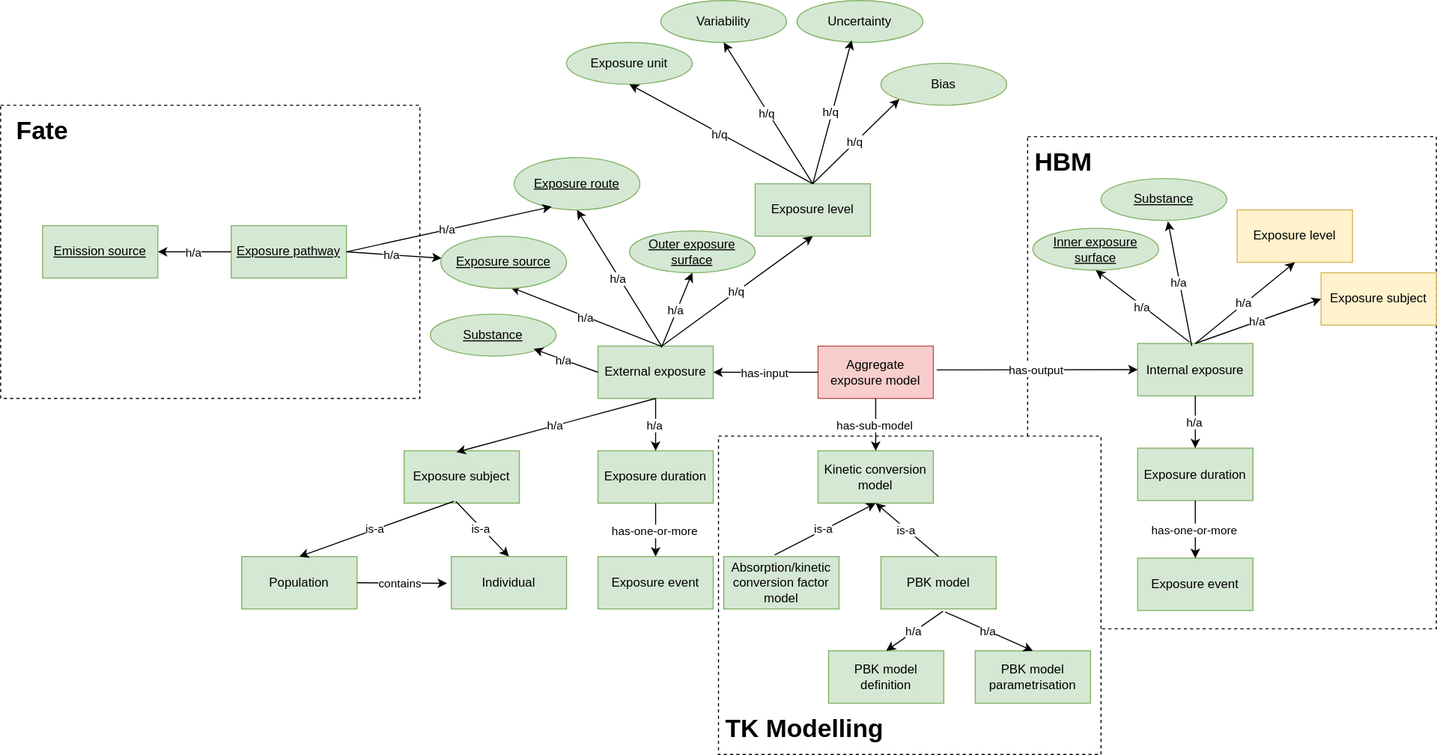
eu-parc/aggregate-exposure-modelling keeps this draw.io diagram as diagrams/aggregate-exposure-modelling.drawio.svg. Above is the earlier version. Source tidied: cells renumbered, new cells last; positions are measured from the earlier drawing's top-left corner, leaving out a move shared by most shapes.
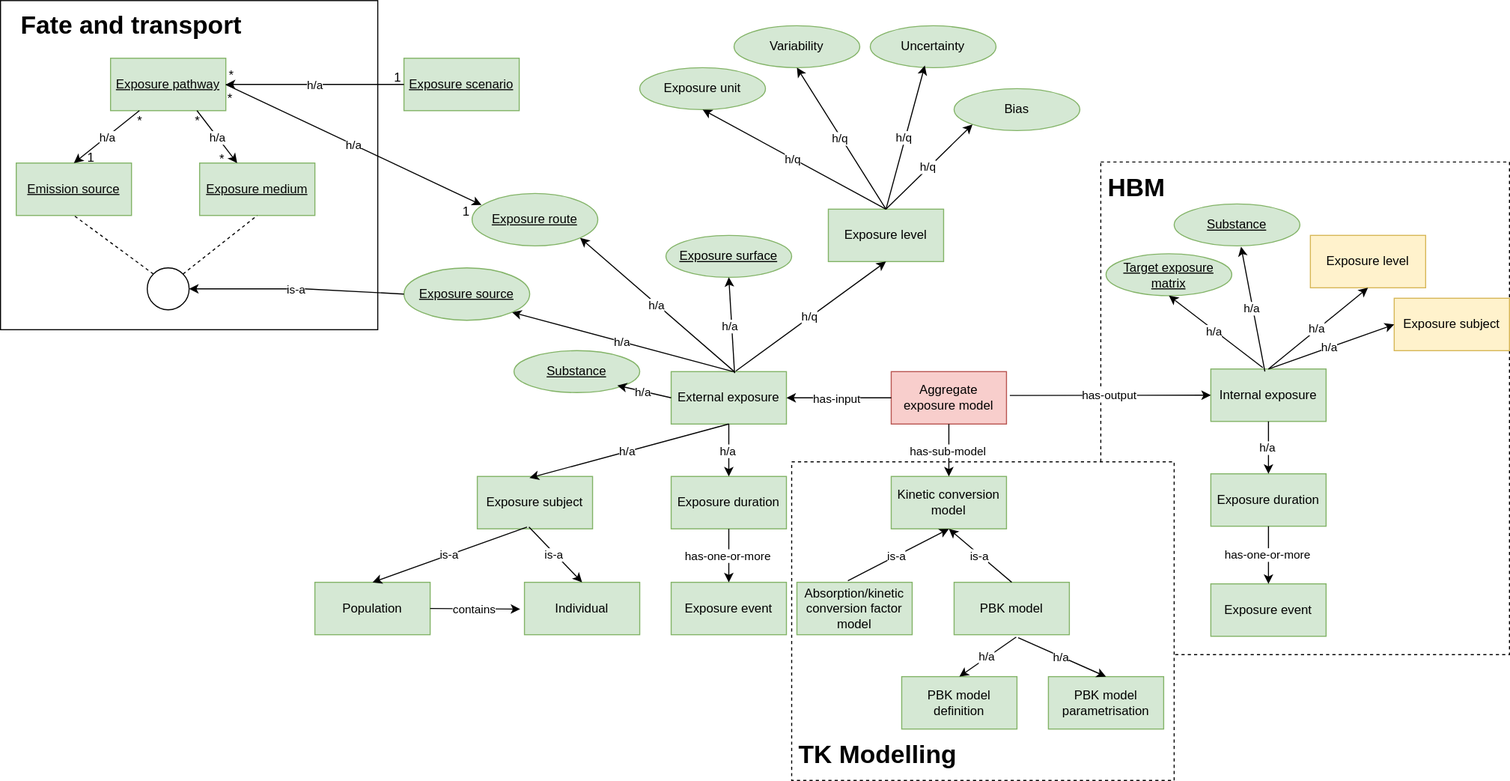
The same file after the commit.

Commit message:
Update exposure pathway diagram to include notion of exposure medium and exposure scenario

The edit, as a diff of the source:
```diff
@@ -2,15 +2,15 @@
   <root>
     <mxCell id="0" />
     <mxCell id="1" parent="0" />
+    <mxCell id="100" style="rounded=0;whiteSpace=wrap;html=1;" parent="1" vertex="1">
+      <mxGeometry x="-70" y="-24" width="360" height="314" as="geometry" />
+    </mxCell>
     <mxCell id="2" style="rounded=0;whiteSpace=wrap;html=1;dashed=1;" parent="1" vertex="1">
       <mxGeometry x="980" y="130" width="390" height="470" as="geometry" />
     </mxCell>
     <mxCell id="3" style="rounded=0;whiteSpace=wrap;html=1;dashed=1;" parent="1" vertex="1">
       <mxGeometry x="685" y="416" width="365" height="304" as="geometry" />
     </mxCell>
-    <mxCell id="4" style="rounded=0;whiteSpace=wrap;html=1;dashed=1;" parent="1" vertex="1">
-      <mxGeometry y="100" width="400" height="280" as="geometry" />
-    </mxCell>
     <mxCell id="5" value="External exposure" style="rounded=0;whiteSpace=wrap;html=1;fillColor=#d5e8d4;strokeColor=#82b366;fontColor=#000000;" parent="1" vertex="1">
       <mxGeometry x="570" y="330" width="110" height="50" as="geometry" />
     </mxCell>
@@ -20,11 +20,8 @@
     <mxCell id="7" value="Internal exposure" style="rounded=0;whiteSpace=wrap;html=1;fillColor=#d5e8d4;strokeColor=#82b366;fontColor=#000000;" parent="1" vertex="1">
       <mxGeometry x="1085" y="327.5" width="110" height="50" as="geometry" />
     </mxCell>
-    <mxCell id="8" value="Exposure route" style="ellipse;whiteSpace=wrap;html=1;fillColor=#d5e8d4;strokeColor=#82b366;fontStyle=4;fontColor=#000000;" parent="1" vertex="1">
-      <mxGeometry x="490" y="150" width="120" height="50" as="geometry" />
-    </mxCell>
-    <mxCell id="9" value="Outer exposure surface" style="ellipse;whiteSpace=wrap;html=1;fillColor=#d5e8d4;strokeColor=#82b366;fontStyle=4;fontColor=#000000;" parent="1" vertex="1">
-      <mxGeometry x="600" y="220" width="120" height="40" as="geometry" />
+    <mxCell id="9" value="Exposure surface" style="ellipse;whiteSpace=wrap;html=1;fillColor=#d5e8d4;strokeColor=#82b366;fontStyle=4;fontColor=#000000;" parent="1" vertex="1">
+      <mxGeometry x="565" y="200" width="120" height="40" as="geometry" />
     </mxCell>
     <mxCell id="10" value="Exposure level" style="rounded=0;whiteSpace=wrap;html=1;fillColor=#d5e8d4;strokeColor=#82b366;fontColor=#000000;" parent="1" vertex="1">
       <mxGeometry x="720" y="175" width="110" height="50" as="geometry" />
@@ -41,7 +38,7 @@
     <mxCell id="14" value="Uncertainty" style="ellipse;whiteSpace=wrap;html=1;fillColor=#d5e8d4;strokeColor=#82b366;fontStyle=0;fontColor=#000000;" parent="1" vertex="1">
       <mxGeometry x="760" width="120" height="40" as="geometry" />
     </mxCell>
-    <mxCell id="15" value="Inner exposure surface" style="ellipse;whiteSpace=wrap;html=1;fillColor=#d5e8d4;strokeColor=#82b366;fontStyle=4;fontColor=#000000;" parent="1" vertex="1">
+    <mxCell id="15" value="Target exposure matrix" style="ellipse;whiteSpace=wrap;html=1;fillColor=#d5e8d4;strokeColor=#82b366;fontStyle=4;fontColor=#000000;" parent="1" vertex="1">
       <mxGeometry x="985" y="217.5" width="120" height="40" as="geometry" />
     </mxCell>
     <mxCell id="16" value="Substance" style="ellipse;whiteSpace=wrap;html=1;fillColor=#d5e8d4;strokeColor=#82b366;fontStyle=4;fontColor=#000000;" parent="1" vertex="1">
@@ -73,7 +70,7 @@
         <mxPoint x="-2" as="offset" />
       </mxGeometry>
     </mxCell>
-    <mxCell id="25" style="endArrow=classic;html=1;rounded=0;entryX=0.5;entryY=1;entryDx=0;entryDy=0;exitX=0.556;exitY=0.015;exitDx=0;exitDy=0;exitPerimeter=0;" parent="1" edge="1" source="5" target="8">
+    <mxCell id="25" style="endArrow=classic;html=1;rounded=0;entryX=1;entryY=1;entryDx=0;entryDy=0;exitX=0.556;exitY=0.015;exitDx=0;exitDy=0;exitPerimeter=0;" parent="1" edge="1" source="5" target="8">
       <mxGeometry relative="1" as="geometry" />
     </mxCell>
     <mxCell id="26" value="h/a" style="edgeLabel;html=1;align=center;verticalAlign=middle;" parent="25" vertex="1">
@@ -81,7 +78,7 @@
         <mxPoint x="-2" as="offset" />
       </mxGeometry>
     </mxCell>
-    <mxCell id="27" style="endArrow=classic;html=1;rounded=0;entryX=0.556;entryY=0.977;entryDx=0;entryDy=0;entryPerimeter=0;exitX=0.553;exitY=0.008;exitDx=0;exitDy=0;exitPerimeter=0;" parent="1" edge="1" source="5" target="63">
+    <mxCell id="27" style="endArrow=classic;html=1;rounded=0;entryX=1;entryY=1;entryDx=0;entryDy=0;exitX=0.553;exitY=0.008;exitDx=0;exitDy=0;exitPerimeter=0;" parent="1" edge="1" source="5" target="63">
       <mxGeometry relative="1" as="geometry" />
     </mxCell>
     <mxCell id="28" value="h/a" style="edgeLabel;html=1;align=center;verticalAlign=middle;" parent="27" vertex="1">
@@ -137,36 +134,6 @@
         <mxPoint x="-2" as="offset" />
       </mxGeometry>
     </mxCell>
-    <mxCell id="41" value="Emission source" style="rounded=0;whiteSpace=wrap;html=1;fillColor=#d5e8d4;strokeColor=#82b366;fontStyle=4;fontColor=#000000;" parent="1" vertex="1">
-      <mxGeometry x="40" y="215" width="110" height="50" as="geometry" />
-    </mxCell>
-    <mxCell id="42" value="Exposure pathway" style="rounded=0;whiteSpace=wrap;html=1;fillColor=#d5e8d4;strokeColor=#82b366;fontStyle=4;fontColor=#000000;" parent="1" vertex="1">
-      <mxGeometry x="220" y="215" width="110" height="50" as="geometry" />
-    </mxCell>
-    <mxCell id="43" style="endArrow=classic;html=1;rounded=0;exitX=1;exitY=0.5;exitDx=0;exitDy=0;" parent="1" edge="1" source="42" target="63">
-      <mxGeometry relative="1" as="geometry" />
-    </mxCell>
-    <mxCell id="44" value="h/a" style="edgeLabel;html=1;align=center;verticalAlign=middle;" parent="43" vertex="1">
-      <mxGeometry relative="1" as="geometry">
-        <mxPoint x="-2" as="offset" />
-      </mxGeometry>
-    </mxCell>
-    <mxCell id="45" style="endArrow=classic;html=1;rounded=0;entryX=1;entryY=0.5;entryDx=0;entryDy=0;exitX=0;exitY=0.5;exitDx=0;exitDy=0;" parent="1" edge="1" source="42" target="41">
-      <mxGeometry relative="1" as="geometry" />
-    </mxCell>
-    <mxCell id="46" value="h/a" style="edgeLabel;html=1;align=center;verticalAlign=middle;" parent="45" vertex="1">
-      <mxGeometry relative="1" as="geometry">
-        <mxPoint x="-2" as="offset" />
-      </mxGeometry>
-    </mxCell>
-    <mxCell id="47" style="endArrow=classic;html=1;rounded=0;entryX=0.299;entryY=0.937;entryDx=0;entryDy=0;exitX=1;exitY=0.5;exitDx=0;exitDy=0;entryPerimeter=0;" parent="1" edge="1" source="42" target="8">
-      <mxGeometry relative="1" as="geometry" />
-    </mxCell>
-    <mxCell id="48" value="h/a" style="edgeLabel;html=1;align=center;verticalAlign=middle;" parent="47" vertex="1">
-      <mxGeometry relative="1" as="geometry">
-        <mxPoint x="-2" as="offset" />
-      </mxGeometry>
-    </mxCell>
     <mxCell id="49" style="endArrow=classic;html=1;rounded=0;exitX=0.5;exitY=0;exitDx=0;exitDy=0;entryX=0.5;entryY=1;entryDx=0;entryDy=0;" parent="1" edge="1" source="7" target="17">
       <mxGeometry relative="1" as="geometry" />
     </mxCell>
@@ -221,9 +188,6 @@
         <mxPoint x="-2" as="offset" />
       </mxGeometry>
     </mxCell>
-    <mxCell id="63" value="Exposure source" style="ellipse;whiteSpace=wrap;html=1;fillColor=#d5e8d4;strokeColor=#82b366;fontStyle=4;fontColor=#000000;" parent="1" vertex="1">
-      <mxGeometry x="420" y="225" width="120" height="50" as="geometry" />
-    </mxCell>
     <mxCell id="64" value="Exposure subject" style="rounded=0;whiteSpace=wrap;html=1;fillColor=#d5e8d4;strokeColor=#82b366;fontColor=#000000;" parent="1" vertex="1">
       <mxGeometry x="385" y="430" width="110" height="50" as="geometry" />
     </mxCell>
@@ -275,8 +239,8 @@
         <mxPoint x="-2" as="offset" />
       </mxGeometry>
     </mxCell>
-    <mxCell id="77" value="&lt;b&gt;&lt;font style=&quot;font-size: 24px;&quot;&gt;Fate&lt;/font&gt;&lt;/b&gt;" style="text;html=1;strokeColor=none;fillColor=none;align=center;verticalAlign=middle;whiteSpace=wrap;rounded=0;" parent="1" vertex="1">
-      <mxGeometry x="10" y="110" width="60" height="30" as="geometry" />
+    <mxCell id="77" value="&lt;b&gt;&lt;font style=&quot;font-size: 24px;&quot;&gt;Fate and transport&lt;/font&gt;&lt;/b&gt;" style="text;html=1;strokeColor=none;fillColor=none;align=center;verticalAlign=middle;whiteSpace=wrap;rounded=0;" parent="1" vertex="1">
+      <mxGeometry x="-60" y="-15" width="230" height="30" as="geometry" />
     </mxCell>
     <mxCell id="78" value="Exposure duration" style="rounded=0;whiteSpace=wrap;html=1;fillColor=#d5e8d4;strokeColor=#82b366;fontColor=#000000;" parent="1" vertex="1">
       <mxGeometry x="570" y="430" width="110" height="50" as="geometry" />
@@ -301,7 +265,7 @@
       </mxGeometry>
     </mxCell>
     <mxCell id="84" value="Substance" style="ellipse;whiteSpace=wrap;html=1;fillColor=#d5e8d4;strokeColor=#82b366;fontStyle=4;fontColor=#000000;" parent="1" vertex="1">
-      <mxGeometry x="410" y="299.5" width="120" height="40" as="geometry" />
+      <mxGeometry x="420" y="310" width="120" height="40" as="geometry" />
     </mxCell>
     <mxCell id="85" style="endArrow=classic;html=1;rounded=0;entryX=0.822;entryY=0.829;entryDx=0;entryDy=0;entryPerimeter=0;exitX=0;exitY=0.5;exitDx=0;exitDy=0;" parent="1" edge="1" source="5" target="84">
       <mxGeometry relative="1" as="geometry" />
@@ -358,5 +322,108 @@
         <mxPoint x="-2" as="offset" />
       </mxGeometry>
     </mxCell>
+    <mxCell id="8" value="Exposure route" style="ellipse;whiteSpace=wrap;html=1;fillColor=#d5e8d4;strokeColor=#82b366;fontStyle=4;fontColor=#050505;" parent="1" vertex="1">
+      <mxGeometry x="380" y="160" width="120" height="50" as="geometry" />
+    </mxCell>
+    <mxCell id="42" value="Exposure pathway" style="rounded=0;whiteSpace=wrap;html=1;fillColor=#d5e8d4;strokeColor=#82b366;fontStyle=4;fontColor=#050505;" parent="1" vertex="1">
+      <mxGeometry x="35" y="31" width="110" height="50" as="geometry" />
+    </mxCell>
+    <mxCell id="63" value="Exposure source" style="ellipse;whiteSpace=wrap;html=1;fillColor=#d5e8d4;strokeColor=#82b366;fontStyle=4;fontColor=#050505;" parent="1" vertex="1">
+      <mxGeometry x="315" y="231" width="120" height="50" as="geometry" />
+    </mxCell>
+    <mxCell id="101" value="Exposure medium" style="rounded=0;whiteSpace=wrap;html=1;fillColor=#d5e8d4;strokeColor=#82b366;fontStyle=4;fontColor=#050505;" parent="1" vertex="1">
+      <mxGeometry x="120" y="131" width="110" height="50" as="geometry" />
+    </mxCell>
+    <mxCell id="41" value="Emission source" style="rounded=0;whiteSpace=wrap;html=1;fillColor=#d5e8d4;strokeColor=#82b366;fontStyle=4;fontColor=#050505;" parent="1" vertex="1">
+      <mxGeometry x="-55" y="131" width="110" height="50" as="geometry" />
+    </mxCell>
+    <mxCell id="102" style="ellipse;whiteSpace=wrap;html=1;" parent="1" vertex="1">
+      <mxGeometry x="70" y="231" width="40" height="40" as="geometry" />
+    </mxCell>
+    <mxCell id="103" style="endArrow=classic;html=1;rounded=0;entryX=1;entryY=0.5;entryDx=0;entryDy=0;exitX=0;exitY=0.5;exitDx=0;exitDy=0;" parent="1" edge="1" source="63" target="102">
+      <mxGeometry relative="1" as="geometry">
+        <Array as="points">
+          <mxPoint x="220" y="251" />
+        </Array>
+      </mxGeometry>
+    </mxCell>
+    <mxCell id="104" value="is-a" style="edgeLabel;html=1;align=center;verticalAlign=middle;" parent="103" vertex="1">
+      <mxGeometry relative="1" as="geometry">
+        <mxPoint x="-2" as="offset" />
+      </mxGeometry>
+    </mxCell>
+    <mxCell id="105" style="endArrow=none;dashed=1;html=1;rounded=0;entryX=0.5;entryY=1;entryDx=0;entryDy=0;exitX=1;exitY=0;exitDx=0;exitDy=0;" parent="1" edge="1" source="102" target="101">
+      <mxGeometry relative="1" as="geometry" />
+    </mxCell>
+    <mxCell id="106" style="endArrow=none;dashed=1;html=1;rounded=0;entryX=0.5;entryY=1;entryDx=0;entryDy=0;exitX=0;exitY=0;exitDx=0;exitDy=0;" parent="1" edge="1" source="102" target="41">
+      <mxGeometry relative="1" as="geometry" />
+    </mxCell>
+    <mxCell id="47" style="endArrow=classic;html=1;rounded=0;entryX=0.075;entryY=0.22;entryDx=0;entryDy=0;entryPerimeter=0;exitX=1;exitY=0.5;exitDx=0;exitDy=0;" parent="1" edge="1" source="42" target="8">
+      <mxGeometry relative="1" as="geometry" />
+    </mxCell>
+    <mxCell id="107" value="h/a" style="edgeLabel;html=1;align=center;verticalAlign=middle;" parent="47" vertex="1">
+      <mxGeometry relative="1" as="geometry" />
+    </mxCell>
+    <mxCell id="108" value="*" style="edgeLabel;html=1;align=left;verticalAlign=bottom;fontSize=12;" parent="47" vertex="1">
+      <mxGeometry x="-1" relative="1" as="geometry">
+        <mxPoint y="22" as="offset" />
+      </mxGeometry>
+    </mxCell>
+    <mxCell id="109" value="1" style="edgeLabel;html=1;align=right;verticalAlign=bottom;fontSize=12;" parent="47" vertex="1">
+      <mxGeometry x="1" relative="1" as="geometry">
+        <mxPoint x="-11" y="15" as="offset" />
+      </mxGeometry>
+    </mxCell>
+    <mxCell id="110" style="endArrow=classic;html=1;rounded=0;exitX=0.75;exitY=1;exitDx=0;exitDy=0;" parent="1" edge="1" source="42" target="101">
+      <mxGeometry relative="1" as="geometry" />
+    </mxCell>
+    <mxCell id="111" value="h/a" style="edgeLabel;html=1;align=center;verticalAlign=middle;" parent="110" vertex="1">
+      <mxGeometry relative="1" as="geometry" />
+    </mxCell>
+    <mxCell id="112" value="*" style="edgeLabel;html=1;align=left;verticalAlign=bottom;fontSize=12;labelBackgroundColor=none;" parent="110" vertex="1">
+      <mxGeometry x="-1" relative="1" as="geometry">
+        <mxPoint x="-4" y="18" as="offset" />
+      </mxGeometry>
+    </mxCell>
+    <mxCell id="113" value="*" style="edgeLabel;html=1;align=right;verticalAlign=bottom;fontSize=12;labelBackgroundColor=none;" parent="110" vertex="1">
+      <mxGeometry x="1" relative="1" as="geometry">
+        <mxPoint x="-12" y="5" as="offset" />
+      </mxGeometry>
+    </mxCell>
+    <mxCell id="45" style="endArrow=classic;html=1;rounded=0;exitX=0.25;exitY=1;exitDx=0;exitDy=0;entryX=0.5;entryY=0;entryDx=0;entryDy=0;" parent="1" edge="1" source="42" target="41">
+      <mxGeometry relative="1" as="geometry" />
+    </mxCell>
+    <mxCell id="114" value="h/a" style="edgeLabel;html=1;align=center;verticalAlign=middle;" parent="45" vertex="1">
+      <mxGeometry relative="1" as="geometry" />
+    </mxCell>
+    <mxCell id="115" value="*" style="edgeLabel;html=1;align=left;verticalAlign=bottom;fontSize=12;labelBackgroundColor=none;" parent="45" vertex="1">
+      <mxGeometry x="-1" relative="1" as="geometry">
+        <mxPoint x="-4" y="18" as="offset" />
+      </mxGeometry>
+    </mxCell>
+    <mxCell id="116" value="1" style="edgeLabel;html=1;align=right;verticalAlign=bottom;fontSize=12;labelBackgroundColor=none;" parent="45" vertex="1">
+      <mxGeometry x="1" relative="1" as="geometry">
+        <mxPoint x="20" y="3" as="offset" />
+      </mxGeometry>
+    </mxCell>
+    <mxCell id="117" value="Exposure scenario" style="rounded=0;whiteSpace=wrap;html=1;fillColor=#d5e8d4;strokeColor=#82b366;fontStyle=4;fontColor=#050505;" parent="1" vertex="1">
+      <mxGeometry x="315" y="31" width="110" height="50" as="geometry" />
+    </mxCell>
+    <mxCell id="118" style="endArrow=classic;html=1;rounded=0;exitX=0;exitY=0.5;exitDx=0;exitDy=0;entryX=1;entryY=0.5;entryDx=0;entryDy=0;" parent="1" edge="1" source="117" target="42">
+      <mxGeometry relative="1" as="geometry" />
+    </mxCell>
+    <mxCell id="119" value="h/a" style="edgeLabel;html=1;align=center;verticalAlign=middle;" parent="118" vertex="1">
+      <mxGeometry relative="1" as="geometry" />
+    </mxCell>
+    <mxCell id="120" value="1" style="edgeLabel;html=1;align=left;verticalAlign=bottom;fontSize=12;labelBackgroundColor=none;" parent="118" vertex="1">
+      <mxGeometry x="-1" relative="1" as="geometry">
+        <mxPoint x="-11" y="2" as="offset" />
+      </mxGeometry>
+    </mxCell>
+    <mxCell id="121" value="*" style="edgeLabel;html=1;align=right;verticalAlign=bottom;fontSize=12;labelBackgroundColor=none;" parent="118" vertex="1">
+      <mxGeometry x="1" relative="1" as="geometry">
+        <mxPoint x="8" as="offset" />
+      </mxGeometry>
+    </mxCell>
   </root>
 </mxGraphModel>
```
